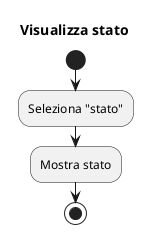
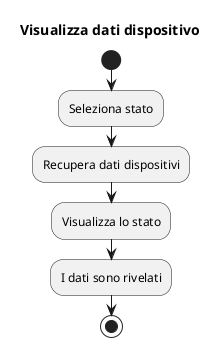
@startuml visualizzaStato
- title Visualizza stato
+ title Visualizza dati dispositivo

start

-     :Seleziona "stato";
-     :Mostra stato;
+ :Seleziona stato;
+ :Recupera dati dispositivi;
+ :Visualizza lo stato;
+ :I dati sono rivelati;

stop
@enduml